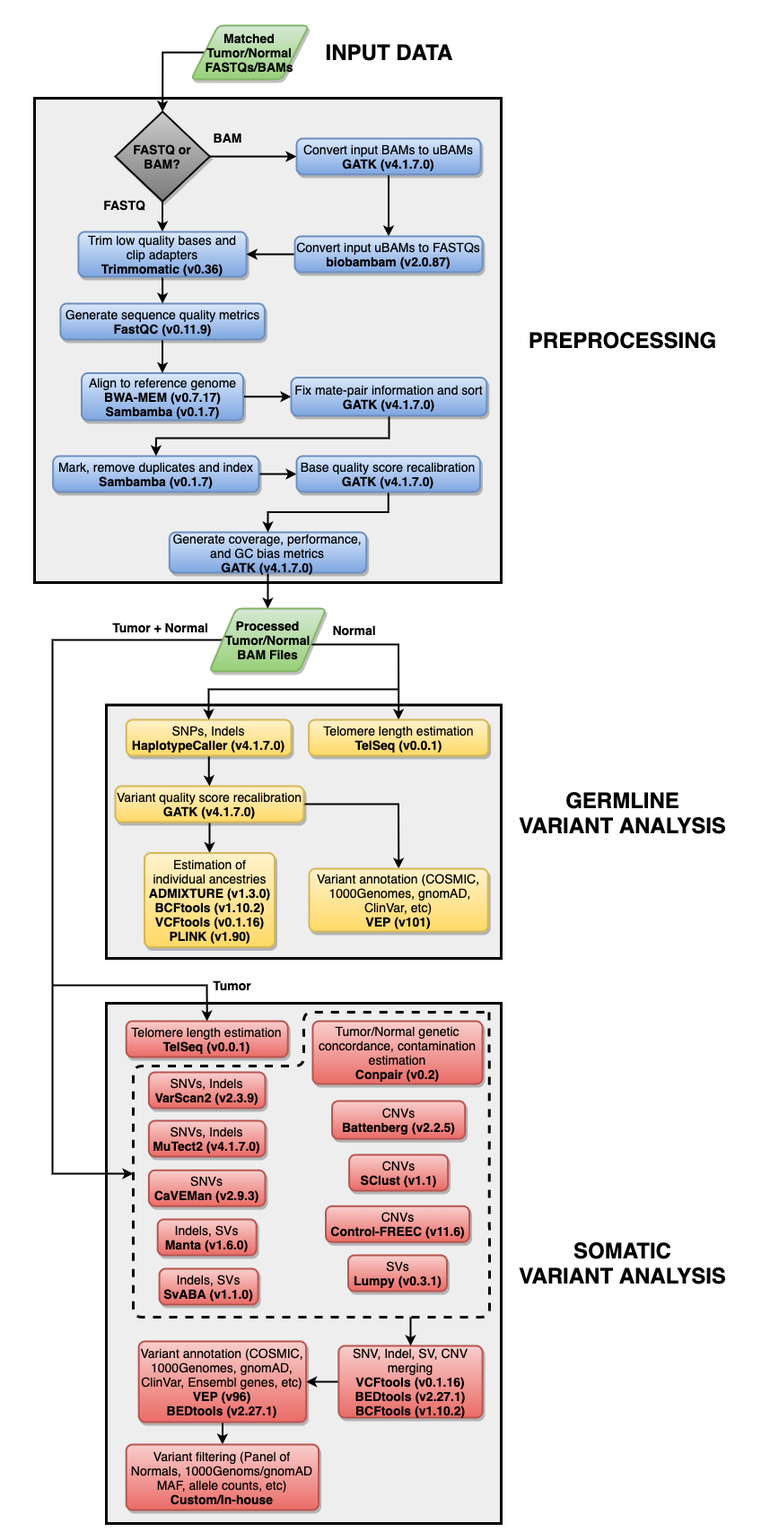
This is MGP1000Pipeline.png from pblaney/mgp1000, a draw.io export, as it was before one commit. Source tidied: cells renumbered, new cells last; positions are measured from the earlier drawing's top-left corner, leaving out a move shared by most shapes.
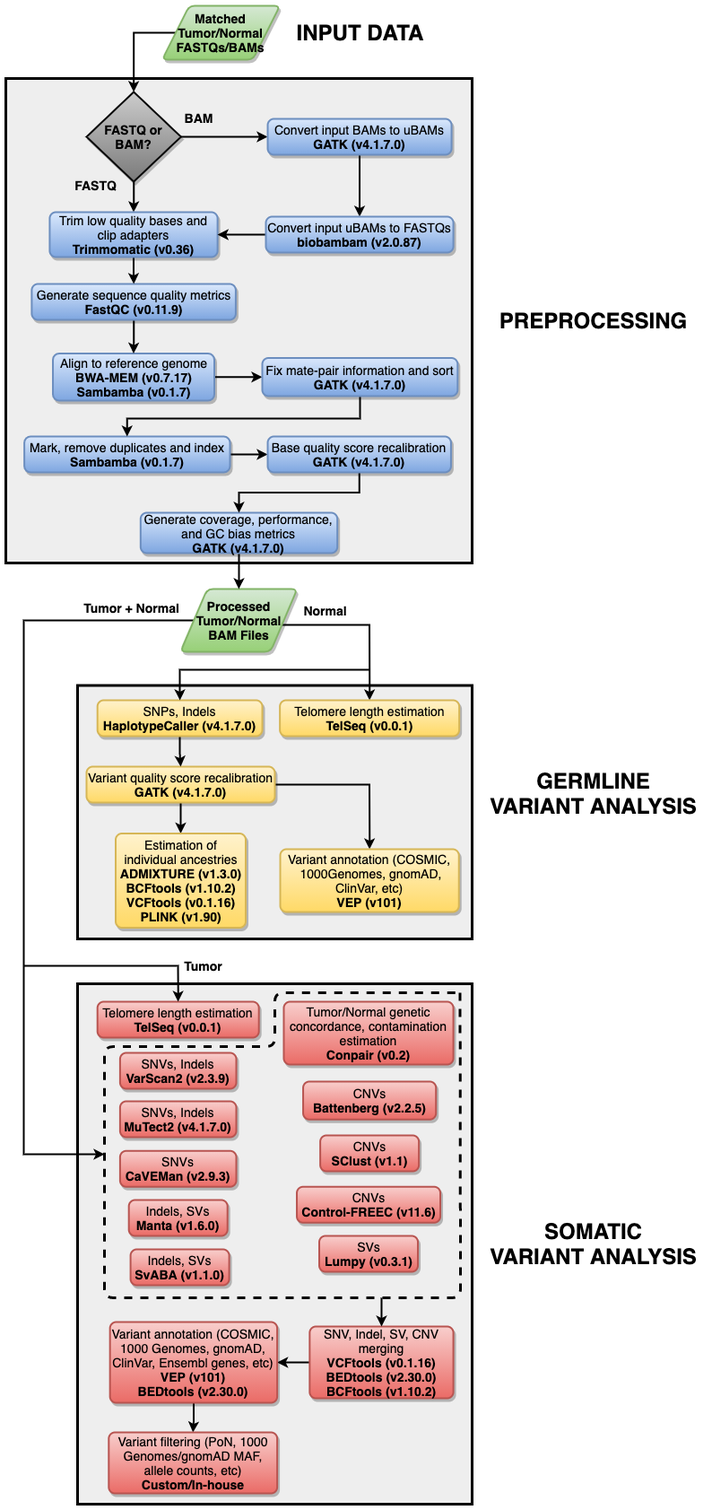
Later version of the same file.

Commit message:
fixed typos/wrong versions

Change to the diagram source:
```diff
@@ -117,17 +117,17 @@
     <mxCell id="35" style="edgeStyle=orthogonalEdgeStyle;rounded=0;jettySize=auto;html=1;entryX=1;entryY=0.5;entryDx=0;entryDy=0;strokeWidth=2;" parent="1" edge="1" source="36" target="38">
       <mxGeometry relative="1" as="geometry" />
     </mxCell>
-    <mxCell id="36" value="&lt;font style=&quot;font-size: 14px&quot;&gt;SNV, Indel, SV, CNV merging&lt;br&gt;&lt;b&gt;VCFtools (v0.1.16)&lt;br&gt;&lt;/b&gt;&lt;b&gt;BEDtools (v2.27.1)&lt;br&gt;BCFtools (v1.10.2)&lt;/b&gt;&lt;/font&gt;" style="rounded=1;whiteSpace=wrap;html=1;absoluteArcSize=1;arcSize=14;strokeWidth=2;shadow=1;comic=0;fillColor=#f8cecc;strokeColor=#b85450;gradientColor=#ea6b66;" parent="1" vertex="1">
+    <mxCell id="36" value="&lt;font style=&quot;font-size: 14px&quot;&gt;SNV, Indel, SV, CNV merging&lt;br&gt;&lt;b&gt;VCFtools (v0.1.16)&lt;br&gt;&lt;/b&gt;&lt;b&gt;BEDtools (v2.30.0)&lt;br&gt;BCFtools (v1.10.2)&lt;/b&gt;&lt;/font&gt;" style="rounded=1;whiteSpace=wrap;html=1;absoluteArcSize=1;arcSize=14;strokeWidth=2;shadow=1;comic=0;fillColor=#f8cecc;strokeColor=#b85450;gradientColor=#ea6b66;" parent="1" vertex="1">
       <mxGeometry x="338.9" y="1472" width="160.2" height="80" as="geometry" />
     </mxCell>
     <mxCell id="37" style="edgeStyle=orthogonalEdgeStyle;rounded=0;jettySize=auto;html=1;entryX=0.5;entryY=0;entryDx=0;entryDy=0;strokeWidth=2;" parent="1" edge="1" source="38" target="39">
       <mxGeometry relative="1" as="geometry" />
     </mxCell>
-    <mxCell id="38" value="&lt;font style=&quot;font-size: 14px&quot;&gt;Variant annotation (COSMIC, 1000Genomes, gnomAD, ClinVar, Ensembl genes, etc)&lt;br&gt;&lt;b&gt;VEP (v96)&lt;br&gt;&lt;/b&gt;&lt;/font&gt;&lt;b style=&quot;font-size: 14px&quot;&gt;&lt;font style=&quot;font-size: 14px&quot;&gt;BEDtools (v2.27.1)&lt;/font&gt;&lt;br&gt;&lt;/b&gt;" style="rounded=1;whiteSpace=wrap;html=1;absoluteArcSize=1;arcSize=14;strokeWidth=2;shadow=1;comic=0;fillColor=#f8cecc;strokeColor=#b85450;gradientColor=#ea6b66;" parent="1" vertex="1">
+    <mxCell id="38" value="&lt;font style=&quot;font-size: 14px&quot;&gt;Variant annotation (COSMIC, 1000 Genomes, gnomAD, ClinVar, Ensembl genes, etc)&lt;br&gt;&lt;b&gt;VEP (v101)&lt;br&gt;&lt;/b&gt;&lt;/font&gt;&lt;b style=&quot;font-size: 14px&quot;&gt;&lt;font style=&quot;font-size: 14px&quot;&gt;BEDtools (v2.30.0)&lt;/font&gt;&lt;br&gt;&lt;/b&gt;" style="rounded=1;whiteSpace=wrap;html=1;absoluteArcSize=1;arcSize=14;strokeWidth=2;shadow=1;comic=0;fillColor=#f8cecc;strokeColor=#b85450;gradientColor=#ea6b66;" parent="1" vertex="1">
       <mxGeometry x="116.2" y="1467" width="186.4" height="90" as="geometry" />
     </mxCell>
-    <mxCell id="39" value="&lt;font style=&quot;font-size: 14px&quot;&gt;Variant filtering (Panel of Normals, 1000Genoms/gnomAD MAF, allele counts, etc)&lt;br&gt;&lt;/font&gt;&lt;b style=&quot;font-size: 14px&quot;&gt;&lt;font style=&quot;font-size: 14px&quot;&gt;Custom/In-house&lt;/font&gt;&lt;br&gt;&lt;/b&gt;" style="rounded=1;whiteSpace=wrap;html=1;absoluteArcSize=1;arcSize=14;strokeWidth=2;shadow=1;comic=0;fillColor=#f8cecc;strokeColor=#b85450;gradientColor=#ea6b66;" parent="1" vertex="1">
-      <mxGeometry x="102.2" y="1582" width="214.4" height="73" as="geometry" />
+    <mxCell id="39" value="&lt;font style=&quot;font-size: 14px&quot;&gt;Variant filtering (PoN, 1000 Genomes/gnomAD MAF, allele counts, etc)&lt;br&gt;&lt;/font&gt;&lt;b style=&quot;font-size: 14px&quot;&gt;&lt;font style=&quot;font-size: 14px&quot;&gt;Custom/In-house&lt;/font&gt;&lt;br&gt;&lt;/b&gt;" style="rounded=1;whiteSpace=wrap;html=1;absoluteArcSize=1;arcSize=14;strokeWidth=2;shadow=1;comic=0;fillColor=#f8cecc;strokeColor=#b85450;gradientColor=#ea6b66;" parent="1" vertex="1">
+      <mxGeometry x="114.8" y="1590" width="187.8" height="68" as="geometry" />
     </mxCell>
     <mxCell id="40" style="edgeStyle=orthogonalEdgeStyle;rounded=0;jettySize=auto;html=1;entryX=0;entryY=0.5;entryDx=0;entryDy=0;strokeWidth=2;" parent="1" edge="1" source="42" target="44">
       <mxGeometry relative="1" as="geometry" />
```
